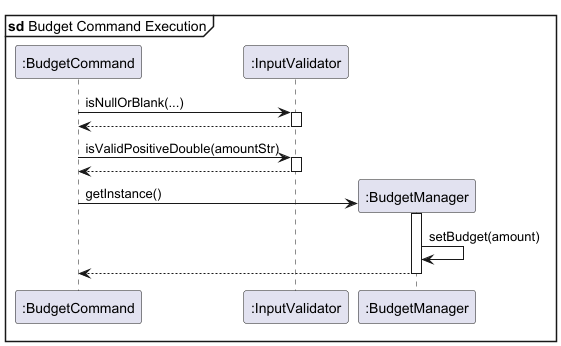
The PlantUML diagram docs/images/budget.png in randust/tp, before a commit. Its diagram source:
```plantuml
@startuml budget

mainframe **sd** Budget Command Execution

participant ":BudgetCommand" as BC
participant ":InputValidator" as Validator

BC -> Validator : isNullOrBlank(...)
activate Validator

Validator --> BC :
deactivate Validator

BC -> Validator : isValidPositiveDouble(amountStr)
activate Validator

Validator --> BC :
deactivate Validator

create ":BudgetManager" as BM
BC -> BM : getInstance()
activate BM
BM -> BM : setBudget(amount)

BM --> BC:
deactivate BM





@enduml
```
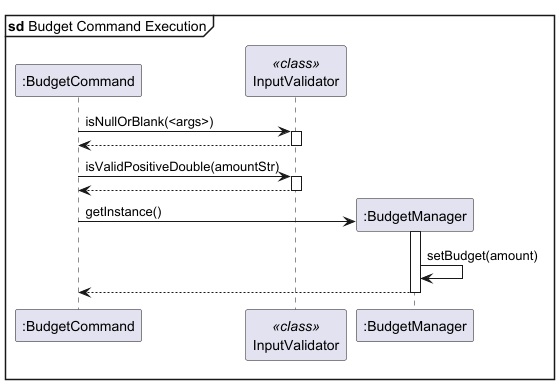
Later version of the same file.

The edit, as a diff of the source:
```diff
@@ -3,9 +3,9 @@
 mainframe **sd** Budget Command Execution
 
 participant ":BudgetCommand" as BC
-participant ":InputValidator" as Validator
+participant "InputValidator" as Validator <<class>>
 
-BC -> Validator : isNullOrBlank(...)
+BC -> Validator : isNullOrBlank(<args>)
 activate Validator
 
 Validator --> BC :
```
